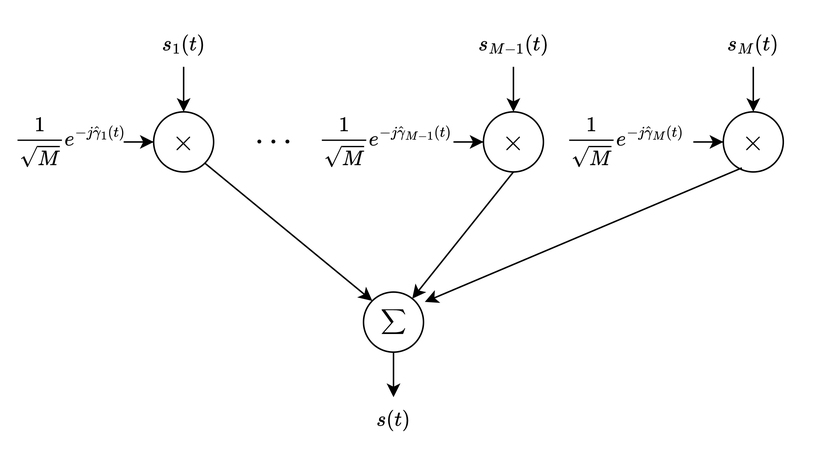
Earlier version of the draw.io export egc.png (osowatzke/ECE_638). Source tidied: cells renumbered, new cells last; positions are measured from the earlier drawing's top-left corner, leaving out a move shared by most shapes. The source it was exported from:
```xml
<mxGraphModel math="1">
  <root>
    <mxCell id="0" />
    <mxCell id="1" parent="0" />
    <mxCell id="2" value="&lt;font style=&quot;font-size: 16px;&quot;&gt;$$\times$$&lt;/font&gt;" style="ellipse;whiteSpace=wrap;html=1;" parent="1" vertex="1">
      <mxGeometry x="90" y="60" width="40" height="40" as="geometry" />
    </mxCell>
    <mxCell id="3" value="&lt;font style=&quot;font-size: 16px;&quot;&gt;$$\times$$&lt;/font&gt;" style="ellipse;whiteSpace=wrap;html=1;" parent="1" vertex="1">
      <mxGeometry x="310" y="60" width="40" height="40" as="geometry" />
    </mxCell>
    <mxCell id="4" value="&lt;font style=&quot;font-size: 16px;&quot;&gt;$$\times$$&lt;/font&gt;" style="ellipse;whiteSpace=wrap;html=1;" parent="1" vertex="1">
      <mxGeometry x="470" y="60" width="40" height="40" as="geometry" />
    </mxCell>
    <mxCell id="5" style="edgeStyle=orthogonalEdgeStyle;rounded=0;jettySize=auto;html=1;" parent="1" edge="1" source="6" target="2">
      <mxGeometry relative="1" as="geometry" />
    </mxCell>
    <mxCell id="6" value="$$\frac{1}{\sqrt{M}}e^{-j\hat{\gamma}_1(t)}$$" style="text;html=1;align=center;verticalAlign=middle;whiteSpace=wrap;rounded=0;" parent="1" vertex="1">
      <mxGeometry y="65" width="70" height="30" as="geometry" />
    </mxCell>
    <mxCell id="7" style="edgeStyle=orthogonalEdgeStyle;rounded=0;jettySize=auto;html=1;" parent="1" edge="1" source="8" target="3">
      <mxGeometry relative="1" as="geometry" />
    </mxCell>
    <mxCell id="8" value="$$\frac{1}{\sqrt{M}}e^{-j\hat{\gamma}_{M-1}(t)}$$" style="text;html=1;align=center;verticalAlign=middle;whiteSpace=wrap;rounded=0;" parent="1" vertex="1">
      <mxGeometry x="200" y="65" width="90" height="30" as="geometry" />
    </mxCell>
    <mxCell id="9" style="edgeStyle=orthogonalEdgeStyle;rounded=0;jettySize=auto;html=1;" parent="1" edge="1" source="10" target="4">
      <mxGeometry relative="1" as="geometry" />
    </mxCell>
    <mxCell id="10" value="$$\frac{1}{\sqrt{M}}e^{-j\hat{\gamma}_{M}(t)}$$" style="text;html=1;align=center;verticalAlign=middle;whiteSpace=wrap;rounded=0;" parent="1" vertex="1">
      <mxGeometry x="360" y="65" width="90" height="30" as="geometry" />
    </mxCell>
    <mxCell id="11" value="&lt;font style=&quot;font-size: 10px;&quot;&gt;$$\sum$$&lt;/font&gt;" style="ellipse;whiteSpace=wrap;html=1;fontSize=10;" parent="1" vertex="1">
      <mxGeometry x="230" y="180" width="40" height="40" as="geometry" />
    </mxCell>
    <mxCell id="12" style="endArrow=classic;html=1;rounded=0;entryX=0;entryY=0;entryDx=0;entryDy=0;exitX=1;exitY=1;exitDx=0;exitDy=0;" parent="1" edge="1" source="2" target="11">
      <mxGeometry relative="1" as="geometry" />
    </mxCell>
    <mxCell id="13" style="endArrow=classic;html=1;rounded=0;exitX=0.5;exitY=1;exitDx=0;exitDy=0;" parent="1" edge="1" source="3" target="11">
      <mxGeometry relative="1" as="geometry" />
    </mxCell>
    <mxCell id="14" style="endArrow=classic;html=1;rounded=0;entryX=1.022;entryY=0.164;entryDx=0;entryDy=0;entryPerimeter=0;exitX=0.309;exitY=0.933;exitDx=0;exitDy=0;exitPerimeter=0;" parent="1" edge="1" source="4" target="11">
      <mxGeometry relative="1" as="geometry" />
    </mxCell>
    <mxCell id="15" value="$$\cdots$$" style="text;html=1;align=center;verticalAlign=middle;whiteSpace=wrap;rounded=0;fontSize=18;" parent="1" vertex="1">
      <mxGeometry x="150" y="65" width="40" height="30" as="geometry" />
    </mxCell>
    <mxCell id="16" style="edgeStyle=orthogonalEdgeStyle;rounded=0;jettySize=auto;html=1;exitX=0.5;exitY=1;exitDx=0;exitDy=0;entryX=0.5;entryY=0;entryDx=0;entryDy=0;" parent="1" edge="1" source="17" target="2">
      <mxGeometry relative="1" as="geometry" />
    </mxCell>
    <mxCell id="17" value="$$s_1(t)$$" style="text;html=1;align=center;verticalAlign=middle;whiteSpace=wrap;rounded=0;" parent="1" vertex="1">
      <mxGeometry x="80" width="60" height="30" as="geometry" />
    </mxCell>
    <mxCell id="18" style="edgeStyle=orthogonalEdgeStyle;rounded=0;jettySize=auto;html=1;exitX=0.5;exitY=1;exitDx=0;exitDy=0;entryX=0.5;entryY=0;entryDx=0;entryDy=0;" parent="1" edge="1" source="19" target="3">
      <mxGeometry relative="1" as="geometry" />
    </mxCell>
    <mxCell id="19" value="$$s_{M-1}(t)$$" style="text;html=1;align=center;verticalAlign=middle;whiteSpace=wrap;rounded=0;" parent="1" vertex="1">
      <mxGeometry x="300" width="60" height="30" as="geometry" />
    </mxCell>
    <mxCell id="20" style="edgeStyle=orthogonalEdgeStyle;rounded=0;jettySize=auto;html=1;exitX=0.5;exitY=1;exitDx=0;exitDy=0;entryX=0.5;entryY=0;entryDx=0;entryDy=0;" parent="1" edge="1" source="21" target="4">
      <mxGeometry relative="1" as="geometry" />
    </mxCell>
    <mxCell id="21" value="$$s_{M}(t)$$" style="text;html=1;align=center;verticalAlign=middle;whiteSpace=wrap;rounded=0;" parent="1" vertex="1">
      <mxGeometry x="460" width="60" height="30" as="geometry" />
    </mxCell>
    <mxCell id="22" style="endArrow=classic;html=1;rounded=0;exitX=0.5;exitY=1;exitDx=0;exitDy=0;entryX=0.5;entryY=0;entryDx=0;entryDy=0;" parent="1" edge="1" source="11" target="23">
      <mxGeometry relative="1" as="geometry" />
    </mxCell>
    <mxCell id="23" value="$$s(t)$$" style="text;html=1;align=center;verticalAlign=middle;whiteSpace=wrap;rounded=0;" parent="1" vertex="1">
      <mxGeometry x="220" y="250" width="60" height="30" as="geometry" />
    </mxCell>
  </root>
</mxGraphModel>
```
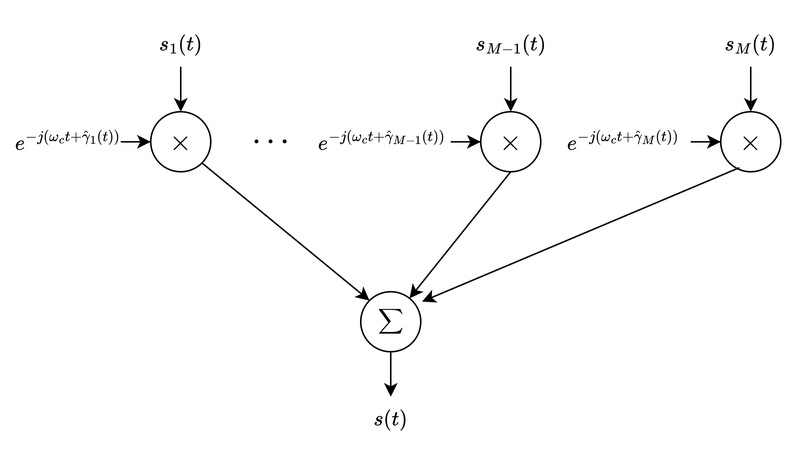
The same file after the commit.

Commit message:
Updating block diagram

The edit, as a diff of the source:
```diff
@@ -14,19 +14,19 @@
     <mxCell id="5" style="edgeStyle=orthogonalEdgeStyle;rounded=0;jettySize=auto;html=1;" parent="1" edge="1" source="6" target="2">
       <mxGeometry relative="1" as="geometry" />
     </mxCell>
-    <mxCell id="6" value="$$\frac{1}{\sqrt{M}}e^{-j\hat{\gamma}_1(t)}$$" style="text;html=1;align=center;verticalAlign=middle;whiteSpace=wrap;rounded=0;" parent="1" vertex="1">
+    <mxCell id="6" value="$$e^{-j(\omega_ct+\hat{\gamma}_1(t))}$$" style="text;html=1;align=center;verticalAlign=middle;whiteSpace=wrap;rounded=0;" parent="1" vertex="1">
       <mxGeometry y="65" width="70" height="30" as="geometry" />
     </mxCell>
     <mxCell id="7" style="edgeStyle=orthogonalEdgeStyle;rounded=0;jettySize=auto;html=1;" parent="1" edge="1" source="8" target="3">
       <mxGeometry relative="1" as="geometry" />
     </mxCell>
-    <mxCell id="8" value="$$\frac{1}{\sqrt{M}}e^{-j\hat{\gamma}_{M-1}(t)}$$" style="text;html=1;align=center;verticalAlign=middle;whiteSpace=wrap;rounded=0;" parent="1" vertex="1">
+    <mxCell id="8" value="$$e^{-j(\omega_ct+\hat{\gamma}_{M-1}(t))}$$" style="text;html=1;align=center;verticalAlign=middle;whiteSpace=wrap;rounded=0;" parent="1" vertex="1">
       <mxGeometry x="200" y="65" width="90" height="30" as="geometry" />
     </mxCell>
     <mxCell id="9" style="edgeStyle=orthogonalEdgeStyle;rounded=0;jettySize=auto;html=1;" parent="1" edge="1" source="10" target="4">
       <mxGeometry relative="1" as="geometry" />
     </mxCell>
-    <mxCell id="10" value="$$\frac{1}{\sqrt{M}}e^{-j\hat{\gamma}_{M}(t)}$$" style="text;html=1;align=center;verticalAlign=middle;whiteSpace=wrap;rounded=0;" parent="1" vertex="1">
+    <mxCell id="10" value="$$e^{-j(\omega_ct + \hat{\gamma}_{M}(t))}$$" style="text;html=1;align=center;verticalAlign=middle;whiteSpace=wrap;rounded=0;" parent="1" vertex="1">
       <mxGeometry x="360" y="65" width="90" height="30" as="geometry" />
     </mxCell>
     <mxCell id="11" value="&lt;font style=&quot;font-size: 10px;&quot;&gt;$$\sum$$&lt;/font&gt;" style="ellipse;whiteSpace=wrap;html=1;fontSize=10;" parent="1" vertex="1">
```
